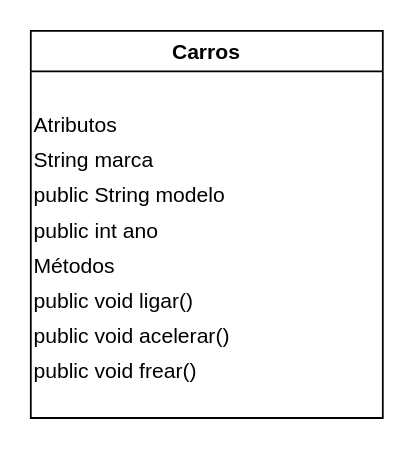
Above: UML/Carrps.drawio in cleberkirch86/Prog1-Atividade2 (draw.io), before the change. Source tidied: cells renumbered, new cells numbered last; positions are measured from the earlier drawing's top-left corner, leaving out a move shared by most shapes. Both pictures are drawn from the tidied source at 176%, with x=0, y=0 at pixel (30, 30).
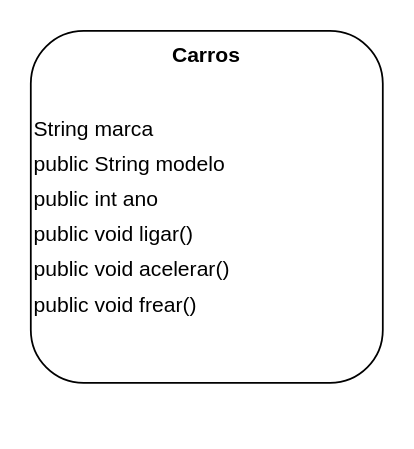
Above is the later version.

What changed in the source:
```diff
@@
 <mxGraphModel>
   <root>
     <mxCell id="0" />
     <mxCell id="1" parent="0" />
-    <mxCell id="2" value="Carros" style="swimlane;fontStyle=1;" parent="1" vertex="1">
-      <mxGeometry width="200" height="220" as="geometry" />
+    <mxCell id="2" style="rounded=1;whiteSpace=wrap;html=1;" parent="1" vertex="1">
+      <mxGeometry width="200" height="200" as="geometry" />
     </mxCell>
-    <mxCell id="3" value="Atributos" style="text;html=1;" parent="2" vertex="1">
-      <mxGeometry y="40" width="200" height="20" as="geometry" />
+    <mxCell id="3" value="Carros" style="text;align=center;fontStyle=1;" parent="2" vertex="1">
+      <mxGeometry width="200" height="40" as="geometry" />
     </mxCell>
-    <mxCell id="4" value="String marca" style="text;html=1;" parent="2" vertex="1">
-      <mxGeometry y="60" width="200" height="20" as="geometry" />
+    <mxCell id="4" style="line;strokeColor=#000000;" parent="2" edge="1">
+      <mxGeometry y="40" as="geometry" />
     </mxCell>
-    <mxCell id="5" value="public String modelo" style="text;html=1;" parent="2" vertex="1">
-      <mxGeometry y="80" width="200" height="20" as="geometry" />
+    <mxCell id="5" value="String marca" style="text;html=1;" parent="2" vertex="1">
+      <mxGeometry y="42" width="200" height="20" as="geometry" />
     </mxCell>
-    <mxCell id="6" value="public int ano" style="text;html=1;" parent="2" vertex="1">
-      <mxGeometry y="100" width="200" height="20" as="geometry" />
+    <mxCell id="6" value="public String modelo" style="text;html=1;" parent="2" vertex="1">
+      <mxGeometry y="62" width="200" height="20" as="geometry" />
     </mxCell>
-    <mxCell id="7" style="line;strokeColor=#000000;" parent="2" edge="1">
-      <mxGeometry relative="1" as="geometry" />
-    </mxCell>
-    <mxCell id="8" value="Métodos" style="text;html=1;" parent="2" vertex="1">
-      <mxGeometry y="120" width="200" height="20" as="geometry" />
+    <mxCell id="8" value="public int ano" style="text;html=1;" parent="2" vertex="1">
+      <mxGeometry y="82" width="200" height="20" as="geometry" />
     </mxCell>
-    <mxCell id="9" value="public void ligar()" style="text;html=1;" parent="2" vertex="1">
-      <mxGeometry y="140" width="200" height="20" as="geometry" />
+    <mxCell id="9" style="line;strokeColor=#000000;" parent="2" edge="1">
+      <mxGeometry y="100" as="geometry" />
     </mxCell>
-    <mxCell id="10" value="public void acelerar()" style="text;html=1;" parent="2" vertex="1">
-      <mxGeometry y="160" width="200" height="20" as="geometry" />
+    <mxCell id="10" value="public void ligar()" style="text;html=1;" parent="2" vertex="1">
+      <mxGeometry y="102" width="200" height="20" as="geometry" />
     </mxCell>
-    <mxCell id="11" value="public void frear()" style="text;html=1;" parent="2" vertex="1">
-      <mxGeometry y="180" width="200" height="20" as="geometry" />
+    <mxCell id="11" value="public void acelerar()" style="text;html=1;" parent="2" vertex="1">
+      <mxGeometry y="122" width="200" height="20" as="geometry" />
     </mxCell>
+    <mxCell id="12" value="public void frear()" style="text;html=1;" parent="2" vertex="1">
+      <mxGeometry y="142" width="200" height="20" as="geometry" />
+    </mxCell>
   </root>
 </mxGraphModel>
```
